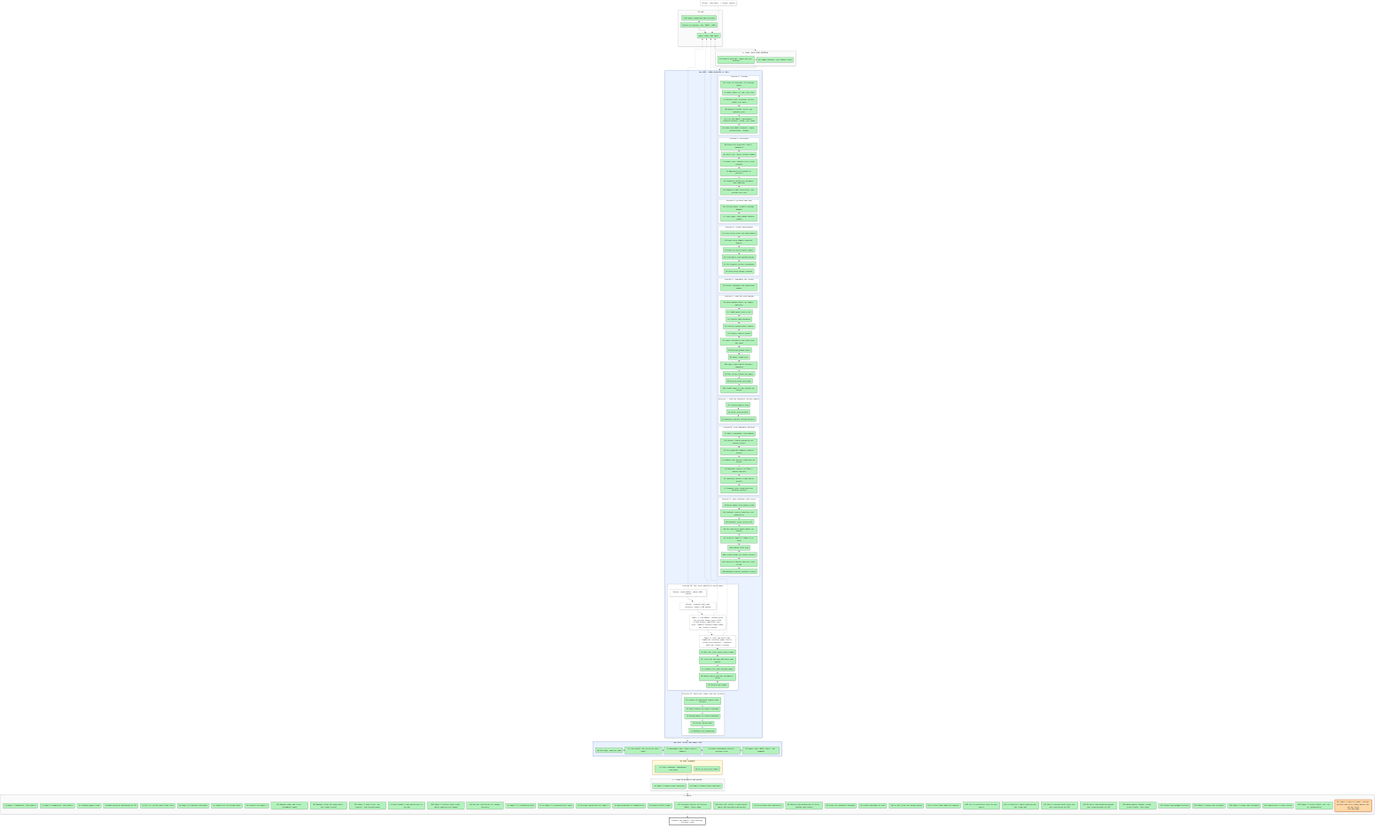
Earlier version of the Mermaid export artifacts/notes/progress/map.png (mo-rsa24/concept-composition). Its source is kept beside it as artifacts/notes/progress/map.mmd.
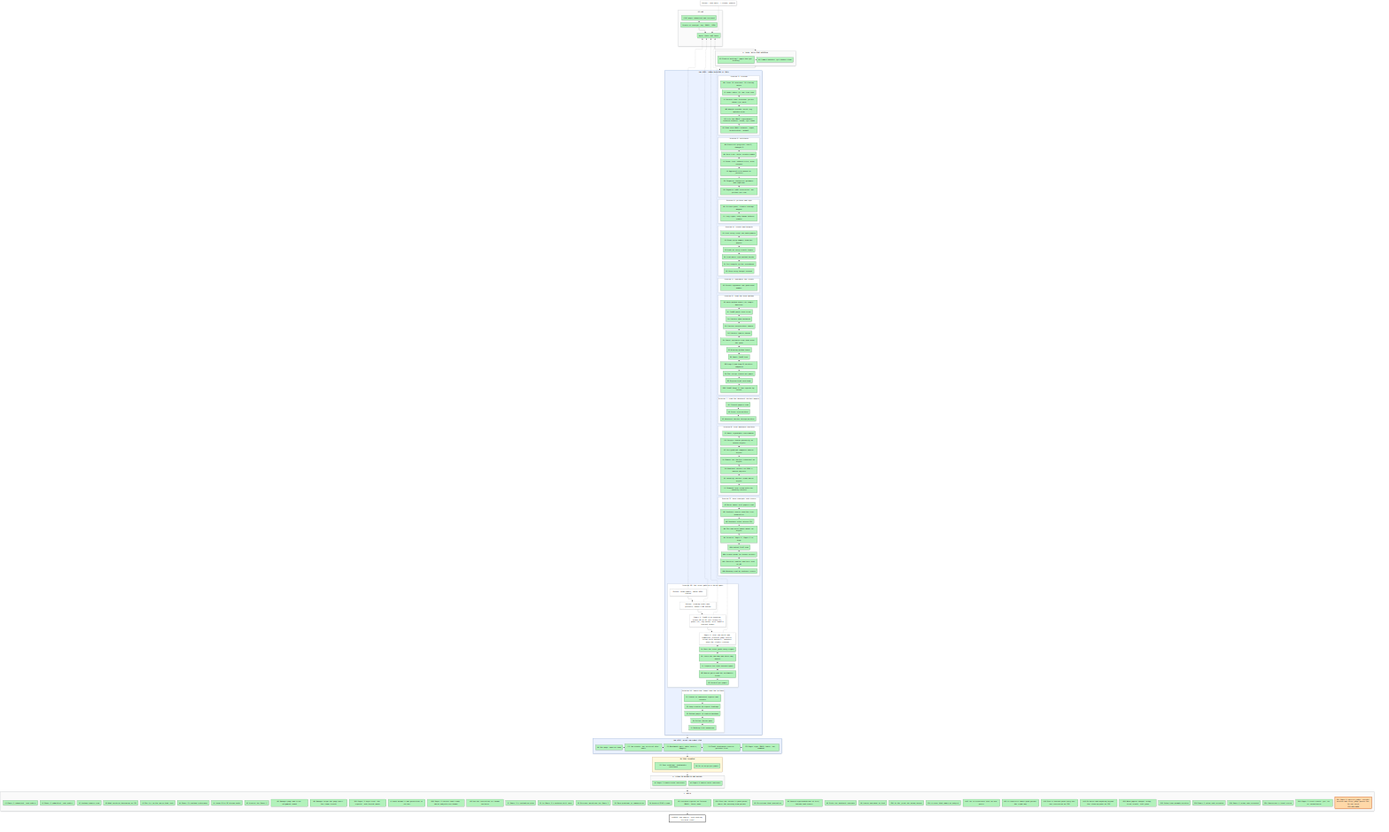
After the change.

Commit message:
Supervisor and map: Method A on touching scenes only, 40 of 66 on CLEVR

What changed in the source:
```diff
@@ -80,7 +80,7 @@
   X0["Detour: idea walk, 7 claims, paused"]:::detour -.-> P2
   X1["Detour: zoom-ladder, about 430k tokens"]:::detour -.-> P2
   X2["Detour: reading route and pictures, about 1.8M tokens"]:::detour -.-> P2
-  X3["Paper 1: toy WORKS: learned term (A) trained longer gives 0.89 (1,024 scenes) and 0.83 (all); next, CLEVR A trained longer when the cluster returns"]:::detour -.-> P2
+  X3["Paper 1: CLEVR A on touching scenes 40 of 66 (all scenes 27, paste 52); toy works; next CLEVR A trained longer"]:::detour -.-> P2
   X4["Paper 2: dial run built and committed (trained judge steers, blind calls measure); launches when the cluster returns"]:::detour -.-> P2
   L1 ~~~ L2 ~~~ L3 ~~~ L4 ~~~ L5 ~~~ L6 ~~~ L7 ~~~ L8 ~~~ L9 ~~~ L10 ~~~ L11
   S0 --> SA --> LOOP --> JOIN --> CAL --> SE --> SF --> GOAL
```
